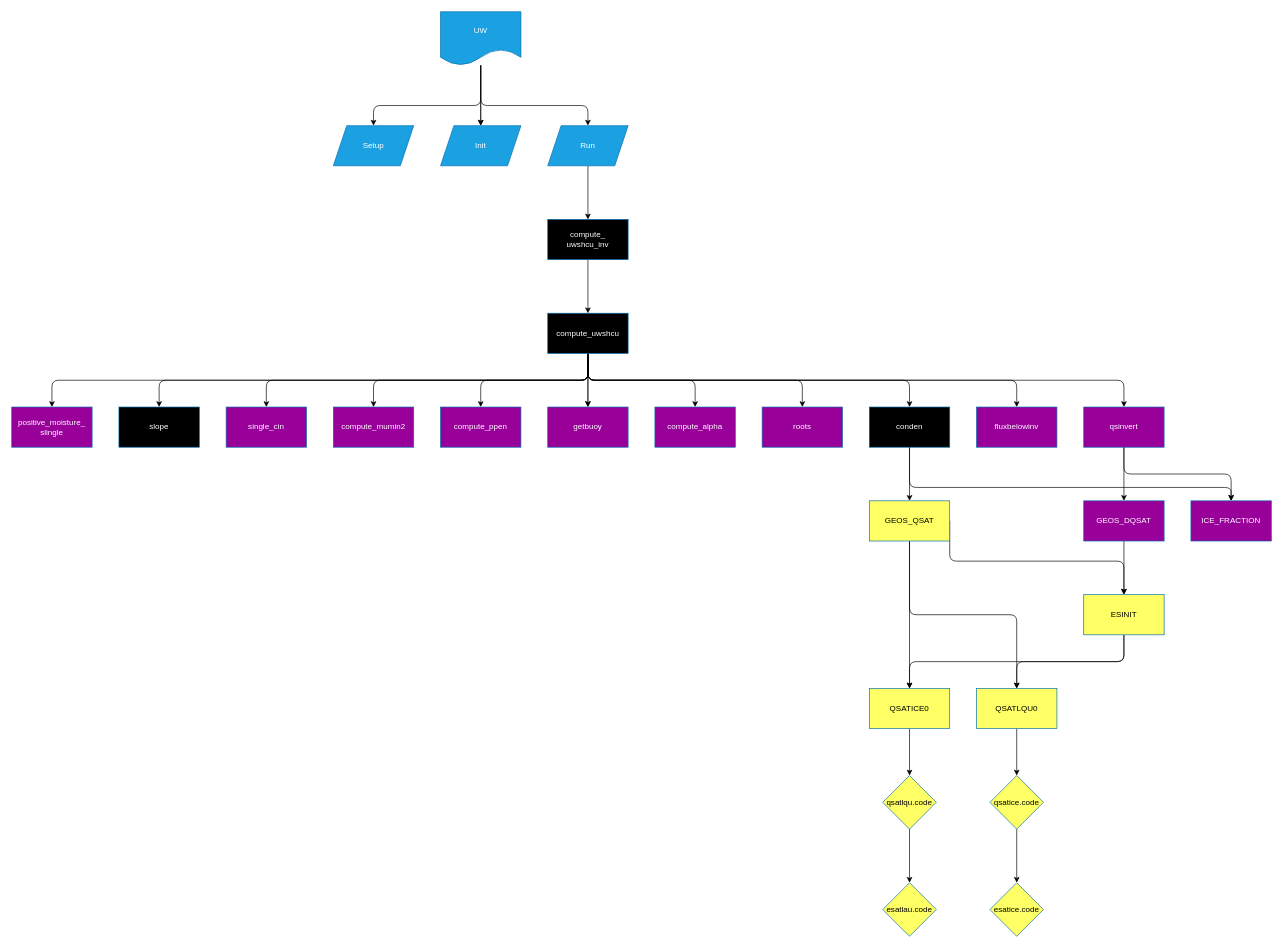
This is geos_documentation/moist/UW.drawio from GEOS-ESM/geosongpu-ci, a draw.io file, before an edit. Source tidied: cells renumbered, new cells numbered last; positions are measured from the earlier drawing's top-left corner, leaving out a move shared by most shapes. Both pictures are drawn from the tidied source at 67%, with x=0, y=0 at pixel (11, 11).
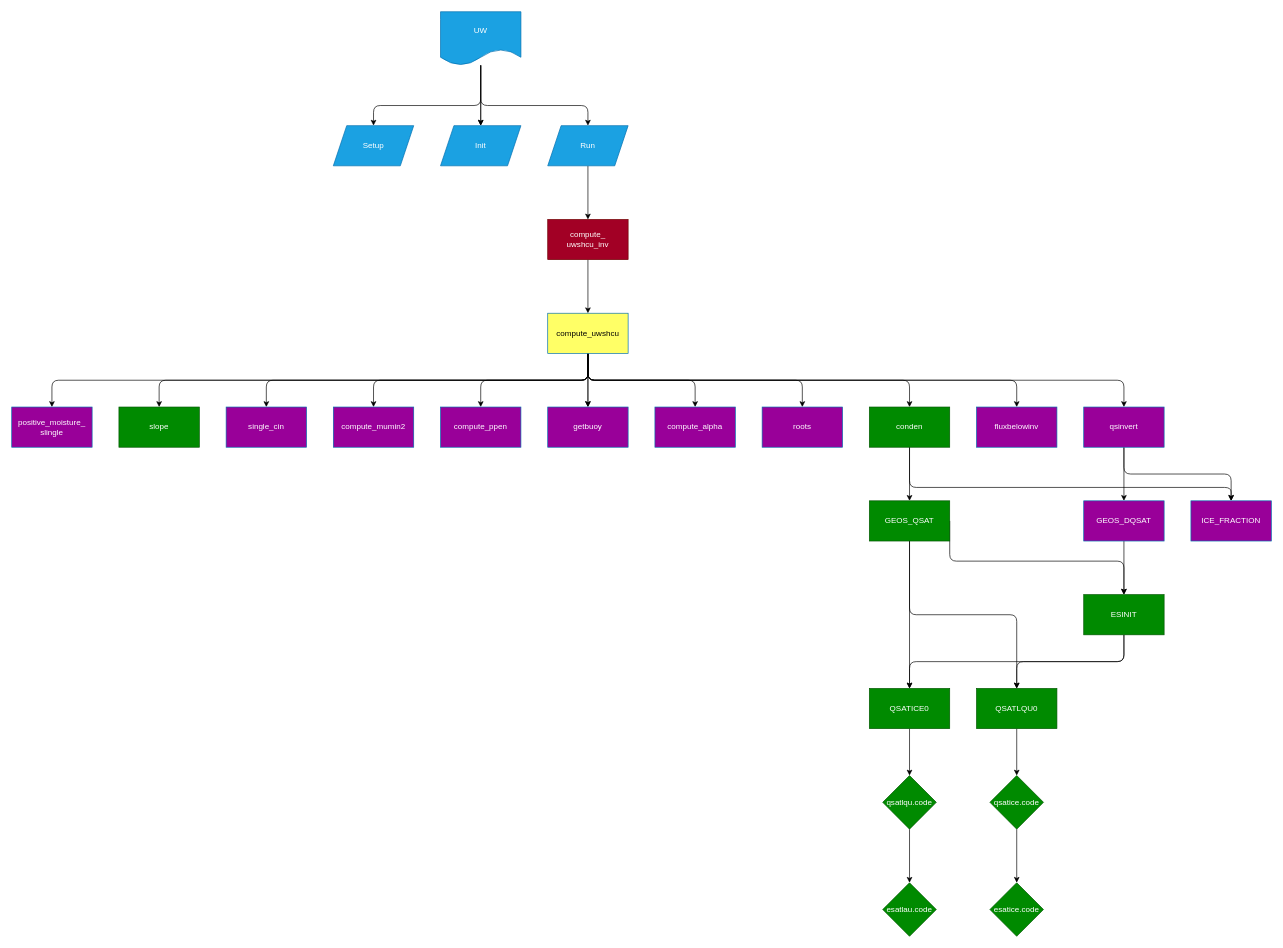
Above is the later version.

Diff of the diagram source:
```diff
@@
-    <mxCell id="12" value="compute_ uwshcu_inv" style="whiteSpace=wrap;html=1;fillColor=#000000;strokeColor=#006EAF;fontColor=#ffffff;" parent="1" vertex="1">
+    <mxCell id="12" value="compute_ uwshcu_inv" style="whiteSpace=wrap;html=1;fillColor=#a20025;strokeColor=#6F0000;fontColor=#ffffff;" parent="1" vertex="1">
       <mxGeometry x="800" y="310" width="120" height="60" as="geometry" />
     </mxCell>
@@
-    <mxCell id="25" value="compute_uwshcu" style="whiteSpace=wrap;html=1;fillColor=#000000;strokeColor=#006EAF;fontColor=#ffffff;" parent="1" vertex="1">
+    <mxCell id="25" value="compute_uwshcu" style="whiteSpace=wrap;html=1;fillColor=#FFFF66;strokeColor=#006EAF;fontColor=#000000;" parent="1" vertex="1">
       <mxGeometry x="800" y="450" width="120" height="60" as="geometry" />
     </mxCell>
@@
-    <mxCell id="34" value="conden" style="whiteSpace=wrap;html=1;fillColor=#000000;strokeColor=#006EAF;fontColor=#ffffff;" parent="1" vertex="1">
+    <mxCell id="34" value="conden" style="whiteSpace=wrap;html=1;fillColor=#008a00;strokeColor=#005700;fontColor=#ffffff;" parent="1" vertex="1">
       <mxGeometry x="1280" y="590" width="120" height="60" as="geometry" />
     </mxCell>
-    <mxCell id="35" value="slope" style="whiteSpace=wrap;html=1;fillColor=#000000;strokeColor=#006EAF;fontColor=#ffffff;" parent="1" vertex="1">
+    <mxCell id="35" value="slope" style="whiteSpace=wrap;html=1;fillColor=#008a00;strokeColor=#005700;fontColor=#ffffff;" parent="1" vertex="1">
       <mxGeometry x="160" y="590" width="120" height="60" as="geometry" />
     </mxCell>
@@
-    <mxCell id="46" value="ESINIT" style="whiteSpace=wrap;html=1;fillColor=#FFFF66;strokeColor=#006EAF;fontColor=#000000;" parent="1" vertex="1">
+    <mxCell id="46" value="ESINIT" style="whiteSpace=wrap;html=1;fillColor=#008a00;strokeColor=#005700;fontColor=#ffffff;" parent="1" vertex="1">
       <mxGeometry x="1600" y="870" width="120" height="60" as="geometry" />
     </mxCell>
@@
-    <mxCell id="50" value="GEOS_QSAT" style="whiteSpace=wrap;html=1;fillColor=#FFFF66;strokeColor=#006EAF;fontColor=#000000;" parent="1" vertex="1">
+    <mxCell id="50" value="GEOS_QSAT" style="whiteSpace=wrap;html=1;fillColor=#008a00;strokeColor=#005700;fontColor=#ffffff;" parent="1" vertex="1">
       <mxGeometry x="1280" y="730" width="120" height="60" as="geometry" />
     </mxCell>
@@
-    <mxCell id="52" value="QSATICE0" style="whiteSpace=wrap;html=1;fillColor=#FFFF66;strokeColor=#006EAF;fontColor=#000000;" parent="1" vertex="1">
+    <mxCell id="52" value="QSATICE0" style="whiteSpace=wrap;html=1;fillColor=#008a00;strokeColor=#005700;fontColor=#ffffff;" parent="1" vertex="1">
       <mxGeometry x="1280" y="1010" width="120" height="60" as="geometry" />
     </mxCell>
@@
-    <mxCell id="54" value="QSATLQU0" style="whiteSpace=wrap;html=1;fillColor=#FFFF66;strokeColor=#006EAF;fontColor=#000000;" parent="1" vertex="1">
+    <mxCell id="54" value="QSATLQU0" style="whiteSpace=wrap;html=1;fillColor=#008a00;strokeColor=#005700;fontColor=#ffffff;" parent="1" vertex="1">
       <mxGeometry x="1440" y="1010" width="120" height="60" as="geometry" />
     </mxCell>
@@
-    <mxCell id="56" value="qsatlqu.code" style="rhombus;whiteSpace=wrap;html=1;fillColor=#FFFF66;strokeColor=#006EAF;fontColor=#000000;" parent="1" vertex="1">
+    <mxCell id="56" value="qsatlqu.code" style="rhombus;whiteSpace=wrap;html=1;fillColor=#008a00;strokeColor=#005700;fontColor=#ffffff;" parent="1" vertex="1">
       <mxGeometry x="1300" y="1140" width="80" height="80" as="geometry" />
     </mxCell>
-    <mxCell id="57" value="esatlau.code" style="rhombus;whiteSpace=wrap;html=1;fillColor=#FFFF66;strokeColor=#006EAF;fontColor=#000000;" parent="1" vertex="1">
+    <mxCell id="57" value="esatlau.code" style="rhombus;whiteSpace=wrap;html=1;fillColor=#008a00;strokeColor=#005700;fontColor=#ffffff;" parent="1" vertex="1">
       <mxGeometry x="1300" y="1300" width="80" height="80" as="geometry" />
     </mxCell>
@@
-    <mxCell id="59" value="qsatice.code" style="rhombus;whiteSpace=wrap;html=1;fillColor=#FFFF66;strokeColor=#006EAF;fontColor=#000000;" parent="1" vertex="1">
+    <mxCell id="59" value="qsatice.code" style="rhombus;whiteSpace=wrap;html=1;fillColor=#008a00;strokeColor=#005700;fontColor=#ffffff;" parent="1" vertex="1">
       <mxGeometry x="1460" y="1140" width="80" height="80" as="geometry" />
     </mxCell>
-    <mxCell id="60" value="esatice.code" style="rhombus;whiteSpace=wrap;html=1;fillColor=#FFFF66;strokeColor=#006EAF;fontColor=#000000;" parent="1" vertex="1">
+    <mxCell id="60" value="esatice.code" style="rhombus;whiteSpace=wrap;html=1;fillColor=#008a00;strokeColor=#005700;fontColor=#ffffff;" parent="1" vertex="1">
       <mxGeometry x="1460" y="1300" width="80" height="80" as="geometry" />
     </mxCell>
```
